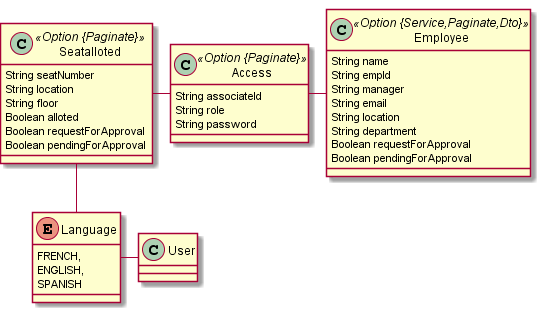
arunvutukur/webapp-seatallotment keeps this PlantUML diagram as jhipster-jdl.png. Above is the earlier version.
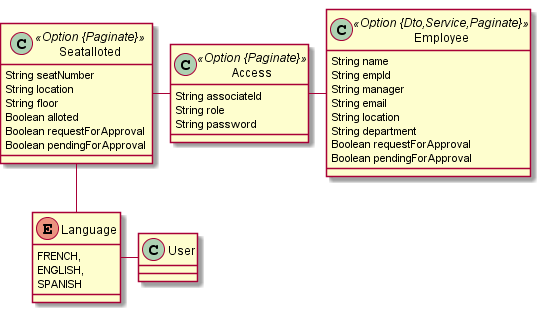
The same file after the commit.

The edit, as a diff of the source:
```diff
@@ -14,7 +14,7 @@
 		String role
 		String password
 	}
-	class Employee <<Option {Service,Paginate,Dto}>> {
+	class Employee <<Option {Dto,Service,Paginate}>> {
 		String name
 		String empId
 		String manager
```
